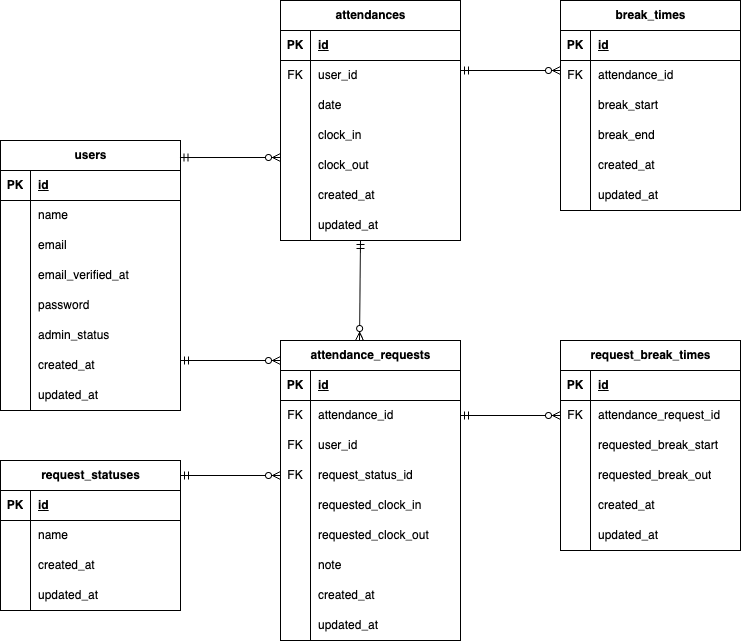
Before: docs/er.drawio.png, a diagram exported from draw.io (YumiOotake/Attendance-Management-test). Source tidied: cells renumbered, new cells last; positions are measured from the earlier drawing's top-left corner, leaving out a move shared by most shapes.
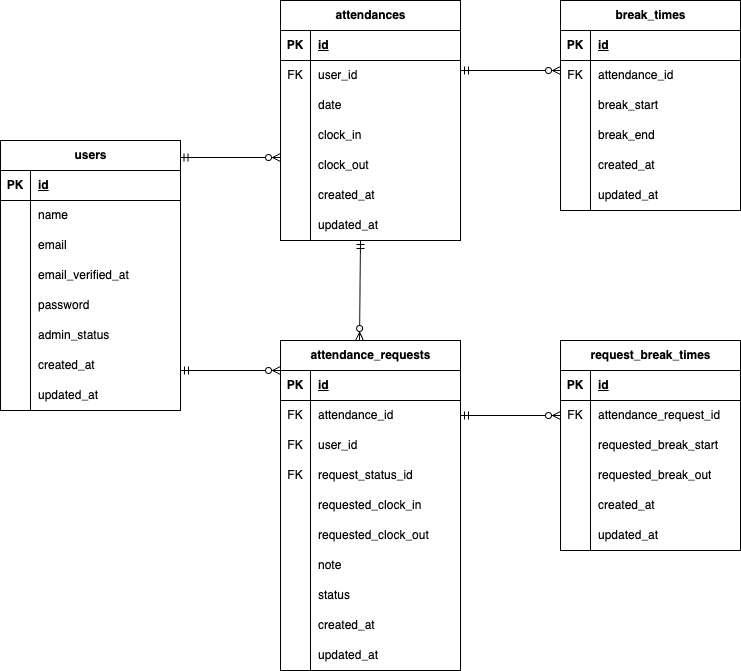
The same file after the commit.

What changed in the source:
```diff
@@ -144,7 +144,7 @@
       <mxGeometry x="30" width="150" height="30" as="geometry" />
     </mxCell>
     <mxCell id="49" value="attendance_requests" style="shape=table;startSize=30;rowLines=0;fontStyle=1;align=center;html=1;" parent="1" vertex="1">
-      <mxGeometry x="280" y="340" width="180" height="300" as="geometry" />
+      <mxGeometry x="280" y="340" width="180" height="330" as="geometry" />
     </mxCell>
     <mxCell id="50" style="shape=tableRow;horizontal=0;startSize=0;swimlaneHead=0;swimlaneBody=0;fillColor=none;top=0;left=0;right=0;bottom=1;" parent="49" vertex="1">
       <mxGeometry y="30" width="180" height="30" as="geometry" />
@@ -215,7 +215,7 @@
     <mxCell id="72" style="shape=partialRectangle;fillColor=none;top=0;left=0;bottom=0;right=0;overflow=hidden;whiteSpace=wrap;html=1;" parent="71" vertex="1">
       <mxGeometry width="30" height="30" as="geometry" />
     </mxCell>
-    <mxCell id="73" value="&lt;span style=&quot;color: rgb(0, 0, 0);&quot;&gt;created_at&lt;/span&gt;" style="shape=partialRectangle;fillColor=none;top=0;left=0;bottom=0;right=0;align=left;spacingLeft=6;overflow=hidden;whiteSpace=wrap;html=1;" parent="71" vertex="1">
+    <mxCell id="73" value="&lt;span style=&quot;color: rgb(0, 0, 0);&quot;&gt;status&lt;/span&gt;" style="shape=partialRectangle;fillColor=none;top=0;left=0;bottom=0;right=0;align=left;spacingLeft=6;overflow=hidden;whiteSpace=wrap;html=1;" parent="71" vertex="1">
       <mxGeometry x="30" width="150" height="30" as="geometry" />
     </mxCell>
     <mxCell id="74" style="shape=tableRow;horizontal=0;startSize=0;swimlaneHead=0;swimlaneBody=0;fillColor=none;top=0;left=0;right=0;bottom=0;" parent="49" vertex="1">
@@ -224,46 +224,16 @@
     <mxCell id="75" style="shape=partialRectangle;fillColor=none;top=0;left=0;bottom=0;right=0;overflow=hidden;whiteSpace=wrap;html=1;" parent="74" vertex="1">
       <mxGeometry width="30" height="30" as="geometry" />
     </mxCell>
-    <mxCell id="76" value="&lt;span style=&quot;color: rgb(0, 0, 0);&quot;&gt;updated_at&lt;/span&gt;" style="shape=partialRectangle;fillColor=none;top=0;left=0;bottom=0;right=0;align=left;spacingLeft=6;overflow=hidden;whiteSpace=wrap;html=1;" parent="74" vertex="1">
+    <mxCell id="76" value="&lt;span style=&quot;color: rgb(0, 0, 0);&quot;&gt;created_at&lt;/span&gt;" style="shape=partialRectangle;fillColor=none;top=0;left=0;bottom=0;right=0;align=left;spacingLeft=6;overflow=hidden;whiteSpace=wrap;html=1;" parent="74" vertex="1">
       <mxGeometry x="30" width="150" height="30" as="geometry" />
     </mxCell>
-    <mxCell id="77" value="request_statuses" style="shape=table;startSize=30;rowLines=0;fontStyle=1;align=center;html=1;" parent="1" vertex="1">
-      <mxGeometry y="460" width="180" height="150" as="geometry" />
-    </mxCell>
-    <mxCell id="78" style="shape=tableRow;horizontal=0;startSize=0;swimlaneHead=0;swimlaneBody=0;fillColor=none;top=0;left=0;right=0;bottom=1;" parent="77" vertex="1">
-      <mxGeometry y="30" width="180" height="30" as="geometry" />
-    </mxCell>
-    <mxCell id="79" value="PK" style="shape=partialRectangle;fillColor=none;top=0;left=0;bottom=0;right=0;fontStyle=1;overflow=hidden;whiteSpace=wrap;html=1;" parent="78" vertex="1">
-      <mxGeometry width="30" height="30" as="geometry" />
-    </mxCell>
-    <mxCell id="80" value="id" style="shape=partialRectangle;fillColor=none;top=0;left=0;bottom=0;right=0;align=left;spacingLeft=6;fontStyle=5;overflow=hidden;whiteSpace=wrap;html=1;" parent="78" vertex="1">
-      <mxGeometry x="30" width="150" height="30" as="geometry" />
-    </mxCell>
-    <mxCell id="81" style="shape=tableRow;horizontal=0;startSize=0;swimlaneHead=0;swimlaneBody=0;fillColor=none;top=0;left=0;right=0;bottom=0;" parent="77" vertex="1">
-      <mxGeometry y="60" width="180" height="30" as="geometry" />
-    </mxCell>
-    <mxCell id="82" style="shape=partialRectangle;fillColor=none;top=0;left=0;bottom=0;right=0;overflow=hidden;whiteSpace=wrap;html=1;" parent="81" vertex="1">
-      <mxGeometry width="30" height="30" as="geometry" />
-    </mxCell>
-    <mxCell id="83" value="name" style="shape=partialRectangle;fillColor=none;top=0;left=0;bottom=0;right=0;align=left;spacingLeft=6;overflow=hidden;whiteSpace=wrap;html=1;" parent="81" vertex="1">
-      <mxGeometry x="30" width="150" height="30" as="geometry" />
-    </mxCell>
-    <mxCell id="84" style="shape=tableRow;horizontal=0;startSize=0;swimlaneHead=0;swimlaneBody=0;fillColor=none;top=0;left=0;right=0;bottom=0;" parent="77" vertex="1">
-      <mxGeometry y="90" width="180" height="30" as="geometry" />
-    </mxCell>
-    <mxCell id="85" style="shape=partialRectangle;fillColor=none;top=0;left=0;bottom=0;right=0;overflow=hidden;whiteSpace=wrap;html=1;" parent="84" vertex="1">
-      <mxGeometry width="30" height="30" as="geometry" />
-    </mxCell>
-    <mxCell id="86" value="&lt;span style=&quot;color: rgb(0, 0, 0);&quot;&gt;created_at&lt;/span&gt;" style="shape=partialRectangle;fillColor=none;top=0;left=0;bottom=0;right=0;align=left;spacingLeft=6;overflow=hidden;whiteSpace=wrap;html=1;" parent="84" vertex="1">
-      <mxGeometry x="30" width="150" height="30" as="geometry" />
-    </mxCell>
-    <mxCell id="87" style="shape=tableRow;horizontal=0;startSize=0;swimlaneHead=0;swimlaneBody=0;fillColor=none;top=0;left=0;right=0;bottom=0;" parent="77" vertex="1">
-      <mxGeometry y="120" width="180" height="30" as="geometry" />
-    </mxCell>
-    <mxCell id="88" style="shape=partialRectangle;fillColor=none;top=0;left=0;bottom=0;right=0;overflow=hidden;whiteSpace=wrap;html=1;" parent="87" vertex="1">
-      <mxGeometry width="30" height="30" as="geometry" />
-    </mxCell>
+    <mxCell id="134" style="shape=tableRow;horizontal=0;startSize=0;swimlaneHead=0;swimlaneBody=0;fillColor=none;top=0;left=0;right=0;bottom=0;" parent="49" vertex="1">
+      <mxGeometry y="300" width="180" height="30" as="geometry" />
+    </mxCell>
+    <mxCell id="135" style="shape=partialRectangle;fillColor=none;top=0;left=0;bottom=0;right=0;overflow=hidden;whiteSpace=wrap;html=1;" parent="134" vertex="1">
+      <mxGeometry width="30" height="30" as="geometry" />
+    </mxCell>
-    <mxCell id="89" value="&lt;span style=&quot;color: rgb(0, 0, 0);&quot;&gt;updated_at&lt;/span&gt;" style="shape=partialRectangle;fillColor=none;top=0;left=0;bottom=0;right=0;align=left;spacingLeft=6;overflow=hidden;whiteSpace=wrap;html=1;" parent="87" vertex="1">
+    <mxCell id="89" value="&lt;span style=&quot;color: rgb(0, 0, 0);&quot;&gt;updated_at&lt;/span&gt;" style="shape=partialRectangle;fillColor=none;top=0;left=0;bottom=0;right=0;align=left;spacingLeft=6;overflow=hidden;whiteSpace=wrap;html=1;" parent="134" vertex="1">
       <mxGeometry x="30" width="150" height="30" as="geometry" />
     </mxCell>
     <mxCell id="90" value="request_break_times" style="shape=table;startSize=30;rowLines=0;fontStyle=1;align=center;html=1;" parent="1" vertex="1">
@@ -394,15 +364,10 @@
     <mxCell id="130" style="fontSize=12;html=1;endArrow=ERzeroToMany;startArrow=ERmandOne;exitX=1;exitY=0.5;exitDx=0;exitDy=0;entryX=0;entryY=0.5;entryDx=0;entryDy=0;" parent="1" edge="1" source="53" target="94">
       <mxGeometry relative="1" as="geometry" />
     </mxCell>
-    <mxCell id="131" style="fontSize=12;html=1;endArrow=ERzeroToMany;startArrow=ERmandOne;entryX=0;entryY=0.5;entryDx=0;entryDy=0;" parent="1" edge="1" target="59">
-      <mxGeometry relative="1" as="geometry">
-        <mxPoint x="180" y="475" as="sourcePoint" />
-      </mxGeometry>
-    </mxCell>
     <mxCell id="132" style="fontSize=12;html=1;endArrow=ERzeroToMany;startArrow=ERmandOne;exitX=0.995;exitY=0.101;exitDx=0;exitDy=0;exitPerimeter=0;" parent="1" edge="1">
       <mxGeometry relative="1" as="geometry">
-        <mxPoint x="180" y="360" as="sourcePoint" />
-        <mxPoint x="280" y="360" as="targetPoint" />
+        <mxPoint x="180" y="370" as="sourcePoint" />
+        <mxPoint x="280" y="370" as="targetPoint" />
       </mxGeometry>
     </mxCell>
     <mxCell id="133" style="fontSize=12;html=1;endArrow=ERzeroToMany;startArrow=ERmandOne;" parent="1" edge="1">
```
